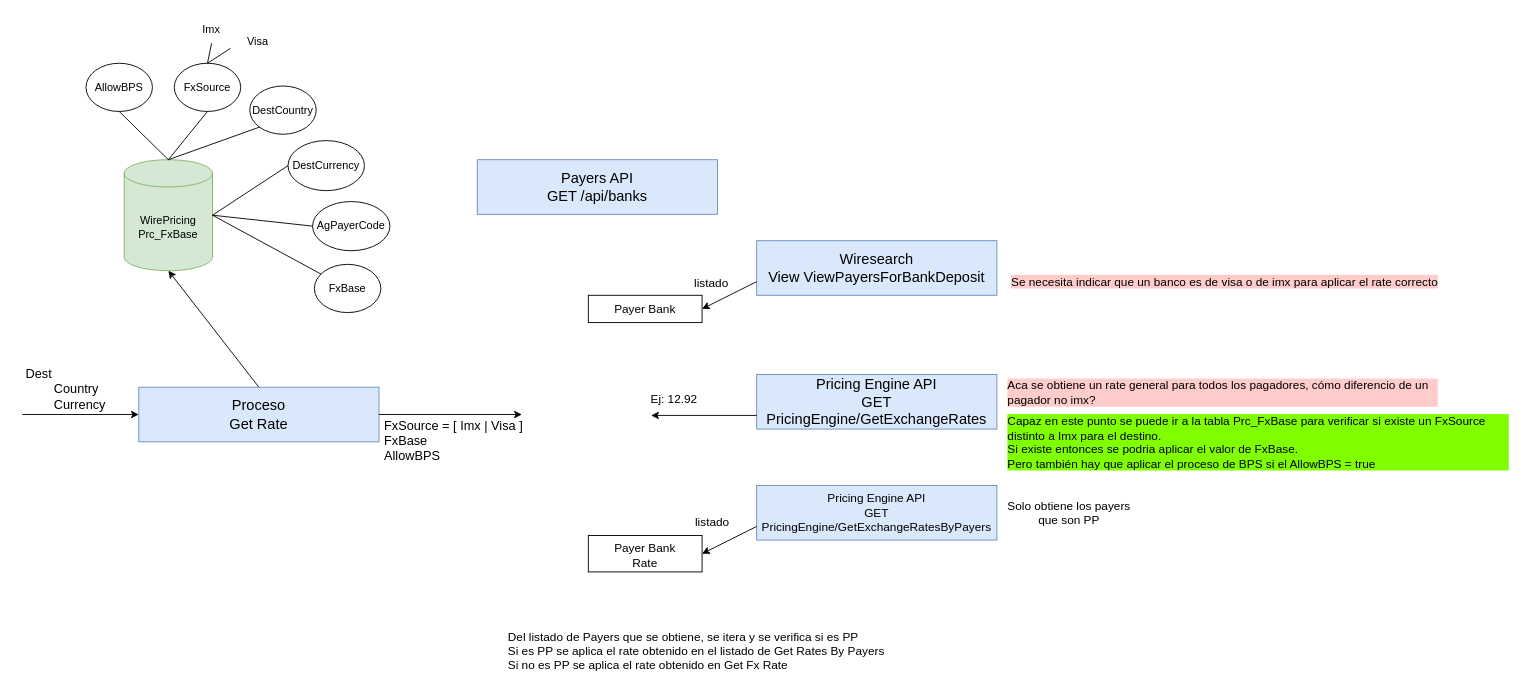
Earlier version of the draw.io diagram page "Página-2" (2 of 2) of Pricing Engine.drawio (notariopablomarcelo/intermex). Source tidied: cells renumbered, new cells numbered last; positions are measured from the earlier drawing's top-left corner, leaving out a move shared by most shapes. Both pictures are drawn from the tidied source at 91%, with x=0, y=0 at pixel (22, 15).
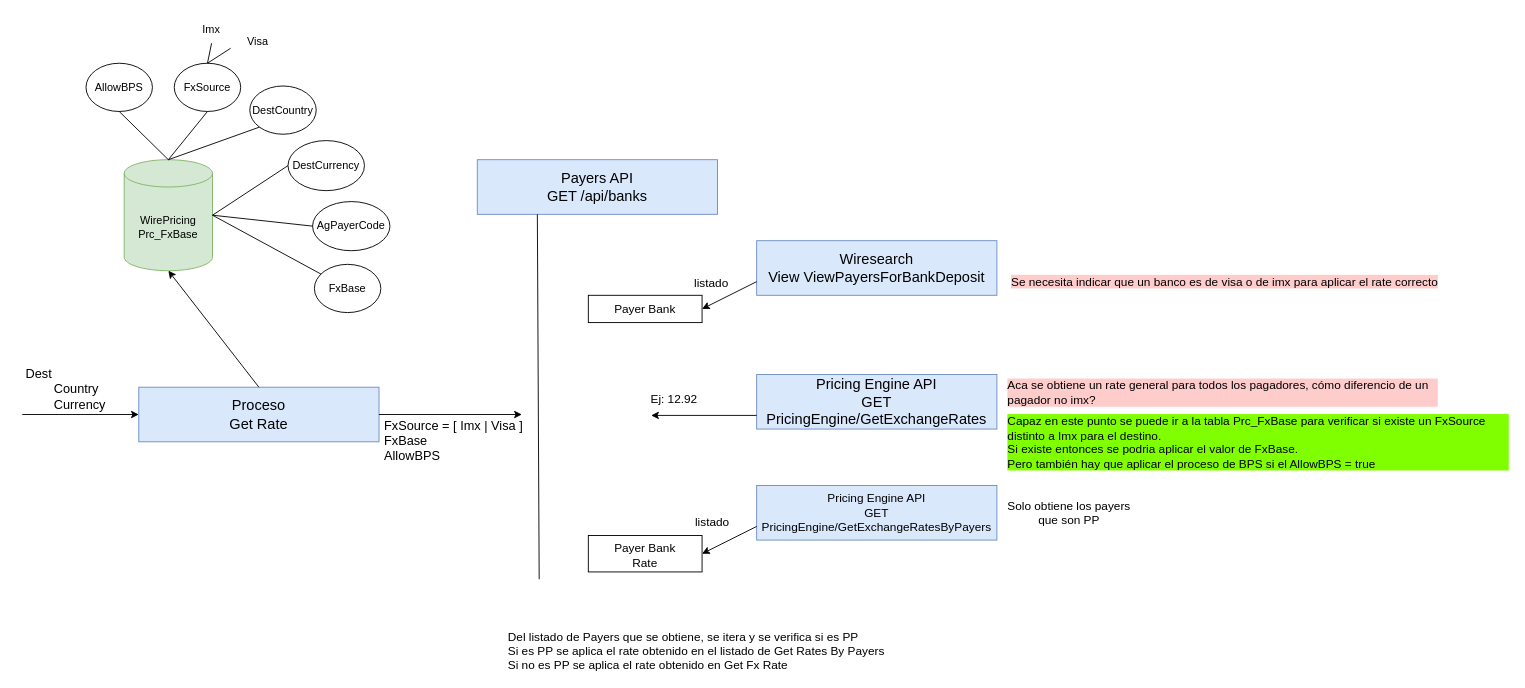
The same page after the edit.

Unchanged cells that the change refers to:
```xml
<mxCell id="2" value="Payers API&lt;br&gt;GET /api/banks" style="rounded=0;whiteSpace=wrap;html=1;fontSize=16;fillColor=#dae8fc;strokeColor=#6c8ebf;" parent="1" vertex="1">
  <mxGeometry x="500" y="158" width="264" height="60" as="geometry" />
</mxCell>
```

Diff of the diagram source:
```diff
@@
+    <mxCell id="43" style="endArrow=none;html=1;rounded=0;entryX=0.25;entryY=1;entryDx=0;entryDy=0;" parent="1" edge="1" target="2">
+      <mxGeometry relative="1" as="geometry">
+        <mxPoint x="568" y="619" as="sourcePoint" />
+      </mxGeometry>
+    </mxCell>
```
